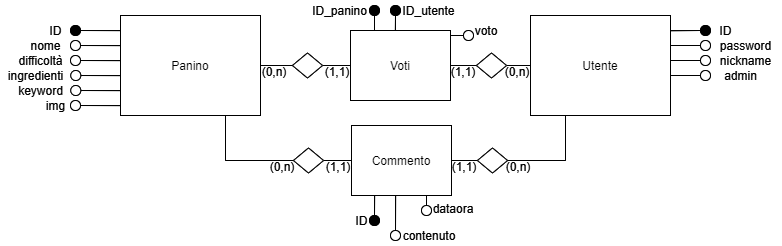
Before: database/DiagrammaER.png, a diagram exported from draw.io (Edivad99/Burger-TecWeb). Source tidied: cells renumbered, new cells last; positions are measured from the earlier drawing's top-left corner, leaving out a move shared by most shapes.
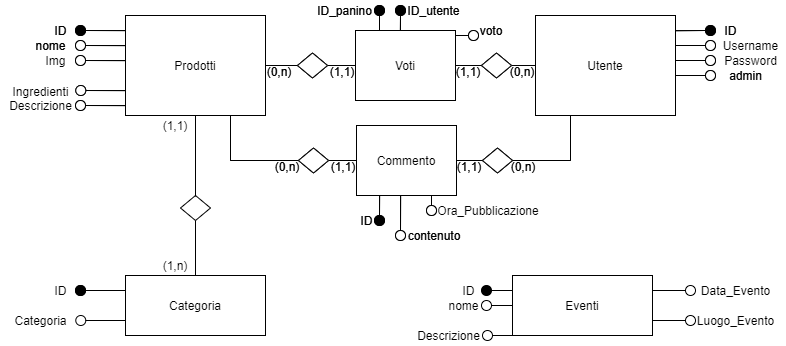
Later version of the same file.

Commit message:
Aggiornato DiagrammaER

What changed in the source:
```diff
@@ -28,30 +28,19 @@
     <mxCell id="9" style="ellipse;whiteSpace=wrap;html=1;fillColor=#FFFFFF;" parent="1" vertex="1">
       <mxGeometry x="70" y="55" width="10" height="10" as="geometry" />
     </mxCell>
-    <mxCell id="10" value="difficoltà" style="text;html=1;align=center;verticalAlign=middle;" parent="1" vertex="1">
-      <mxGeometry x="10.3" y="50" width="60" height="20" as="geometry" />
+    <mxCell id="10" value="Img" style="text;html=1;align=center;verticalAlign=middle;" parent="1" vertex="1">
+      <mxGeometry x="30" y="50" width="40" height="20" as="geometry" />
     </mxCell>
     <mxCell id="11" style="endArrow=none;html=1;entryX=1;entryY=0.5;entryDx=0;entryDy=0;exitX=-0.002;exitY=0.151;exitDx=0;exitDy=0;exitPerimeter=0;" parent="1" edge="1" target="9">
       <mxGeometry relative="1" as="geometry">
         <mxPoint x="119.7" y="60.1" as="sourcePoint" />
       </mxGeometry>
     </mxCell>
-    <mxCell id="12" style="ellipse;whiteSpace=wrap;html=1;fillColor=#FFFFFF;" parent="1" vertex="1">
-      <mxGeometry x="70.3" y="70" width="10" height="10" as="geometry" />
-    </mxCell>
-    <mxCell id="13" value="ingredienti" style="text;html=1;align=center;verticalAlign=middle;" parent="1" vertex="1">
-      <mxGeometry y="65" width="70" height="20" as="geometry" />
-    </mxCell>
-    <mxCell id="14" style="endArrow=none;html=1;entryX=1;entryY=0.5;entryDx=0;entryDy=0;exitX=-0.002;exitY=0.151;exitDx=0;exitDy=0;exitPerimeter=0;" parent="1" edge="1" target="12">
-      <mxGeometry relative="1" as="geometry">
-        <mxPoint x="120" y="75.1" as="sourcePoint" />
-      </mxGeometry>
-    </mxCell>
     <mxCell id="15" style="ellipse;whiteSpace=wrap;html=1;fillColor=#FFFFFF;" parent="1" vertex="1">
       <mxGeometry x="70.3" y="85" width="10" height="10" as="geometry" />
     </mxCell>
-    <mxCell id="16" value="keyword" style="text;html=1;align=center;verticalAlign=middle;" parent="1" vertex="1">
-      <mxGeometry x="10.3" y="80" width="60" height="20" as="geometry" />
+    <mxCell id="16" value="Ingredienti" style="text;html=1;align=center;verticalAlign=middle;" parent="1" vertex="1">
+      <mxGeometry y="81" width="70" height="20" as="geometry" />
     </mxCell>
     <mxCell id="17" style="endArrow=none;html=1;entryX=1;entryY=0.5;entryDx=0;entryDy=0;exitX=-0.002;exitY=0.151;exitDx=0;exitDy=0;exitPerimeter=0;" parent="1" edge="1" target="15">
       <mxGeometry relative="1" as="geometry">
@@ -61,8 +50,8 @@
     <mxCell id="18" style="ellipse;whiteSpace=wrap;html=1;fillColor=#FFFFFF;" parent="1" vertex="1">
       <mxGeometry x="70" y="100" width="10" height="10" as="geometry" />
     </mxCell>
-    <mxCell id="19" value="img" style="text;html=1;align=center;verticalAlign=middle;" parent="1" vertex="1">
-      <mxGeometry x="40" y="95" width="30" height="20" as="geometry" />
+    <mxCell id="19" value="Descrizione" style="text;html=1;align=center;verticalAlign=middle;" parent="1" vertex="1">
+      <mxGeometry x="-5" y="95" width="80" height="20" as="geometry" />
     </mxCell>
     <mxCell id="20" style="endArrow=none;html=1;entryX=1;entryY=0.5;entryDx=0;entryDy=0;exitX=-0.002;exitY=0.151;exitDx=0;exitDy=0;exitPerimeter=0;" parent="1" edge="1" target="18">
       <mxGeometry relative="1" as="geometry">
@@ -84,7 +73,7 @@
     <mxCell id="25" style="ellipse;whiteSpace=wrap;html=1;fillColor=#FFFFFF;" parent="1" vertex="1">
       <mxGeometry x="700" y="40" width="10" height="10" as="geometry" />
     </mxCell>
-    <mxCell id="26" value="password" style="text;html=1;align=center;verticalAlign=middle;" parent="1" vertex="1">
+    <mxCell id="26" value="Username" style="text;html=1;align=center;verticalAlign=middle;" parent="1" vertex="1">
       <mxGeometry x="710" y="35" width="70" height="20" as="geometry" />
     </mxCell>
     <mxCell id="27" style="endArrow=none;html=1;" parent="1" edge="1">
@@ -96,7 +85,7 @@
     <mxCell id="28" style="ellipse;whiteSpace=wrap;html=1;fillColor=#FFFFFF;" parent="1" vertex="1">
       <mxGeometry x="700" y="55" width="10" height="10" as="geometry" />
     </mxCell>
-    <mxCell id="29" value="nickname" style="text;html=1;align=center;verticalAlign=middle;" parent="1" vertex="1">
+    <mxCell id="29" value="Password" style="text;html=1;align=center;verticalAlign=middle;" parent="1" vertex="1">
       <mxGeometry x="710" y="50" width="70" height="20" as="geometry" />
     </mxCell>
     <mxCell id="30" style="endArrow=none;html=1;" parent="1" edge="1">
@@ -250,10 +239,10 @@
     <mxCell id="72" style="ellipse;whiteSpace=wrap;html=1;fillColor=#FFFFFF;" parent="1" vertex="1">
       <mxGeometry x="421" y="205" width="10" height="10" as="geometry" />
     </mxCell>
-    <mxCell id="73" value="dataora" style="text;html=1;strokeColor=none;fillColor=none;align=center;verticalAlign=middle;whiteSpace=wrap;rounded=0;" parent="1" vertex="1">
-      <mxGeometry x="433" y="198" width="40" height="20" as="geometry" />
+    <mxCell id="73" value="Ora_Pubblicazione" style="text;html=1;strokeColor=none;fillColor=none;align=center;verticalAlign=middle;whiteSpace=wrap;rounded=0;" parent="1" vertex="1">
+      <mxGeometry x="463" y="200" width="40" height="20" as="geometry" />
     </mxCell>
-    <mxCell id="74" value="Panino" style="rounded=0;whiteSpace=wrap;html=1;" parent="1" vertex="1">
+    <mxCell id="74" value="Prodotti" style="rounded=0;whiteSpace=wrap;html=1;" parent="1" vertex="1">
       <mxGeometry x="120" y="15" width="140" height="100" as="geometry" />
     </mxCell>
     <mxCell id="75" style="ellipse;whiteSpace=wrap;html=1;fillColor=#000000;" parent="1" vertex="1">
@@ -279,31 +268,14 @@
     <mxCell id="81" style="ellipse;whiteSpace=wrap;html=1;fillColor=#FFFFFF;" parent="1" vertex="1">
       <mxGeometry x="70" y="55" width="10" height="10" as="geometry" />
     </mxCell>
-    <mxCell id="82" value="difficoltà" style="text;html=1;align=center;verticalAlign=middle;" parent="1" vertex="1">
-      <mxGeometry x="10.3" y="50" width="60" height="20" as="geometry" />
-    </mxCell>
     <mxCell id="83" style="endArrow=none;html=1;entryX=1;entryY=0.5;entryDx=0;entryDy=0;exitX=-0.002;exitY=0.151;exitDx=0;exitDy=0;exitPerimeter=0;" parent="1" edge="1" target="81">
       <mxGeometry relative="1" as="geometry">
         <mxPoint x="119.7" y="60.1" as="sourcePoint" />
       </mxGeometry>
     </mxCell>
-    <mxCell id="84" style="ellipse;whiteSpace=wrap;html=1;fillColor=#FFFFFF;" parent="1" vertex="1">
-      <mxGeometry x="70.3" y="70" width="10" height="10" as="geometry" />
-    </mxCell>
-    <mxCell id="85" value="ingredienti" style="text;html=1;align=center;verticalAlign=middle;" parent="1" vertex="1">
-      <mxGeometry y="65" width="70" height="20" as="geometry" />
-    </mxCell>
-    <mxCell id="86" style="endArrow=none;html=1;entryX=1;entryY=0.5;entryDx=0;entryDy=0;exitX=-0.002;exitY=0.151;exitDx=0;exitDy=0;exitPerimeter=0;" parent="1" edge="1" target="84">
-      <mxGeometry relative="1" as="geometry">
-        <mxPoint x="120" y="75.1" as="sourcePoint" />
-      </mxGeometry>
-    </mxCell>
     <mxCell id="87" style="ellipse;whiteSpace=wrap;html=1;fillColor=#FFFFFF;" parent="1" vertex="1">
       <mxGeometry x="70.3" y="85" width="10" height="10" as="geometry" />
     </mxCell>
-    <mxCell id="88" value="keyword" style="text;html=1;align=center;verticalAlign=middle;" parent="1" vertex="1">
-      <mxGeometry x="10.3" y="80" width="60" height="20" as="geometry" />
-    </mxCell>
     <mxCell id="89" style="endArrow=none;html=1;entryX=1;entryY=0.5;entryDx=0;entryDy=0;exitX=-0.002;exitY=0.151;exitDx=0;exitDy=0;exitPerimeter=0;" parent="1" edge="1" target="87">
       <mxGeometry relative="1" as="geometry">
         <mxPoint x="120" y="90.1" as="sourcePoint" />
@@ -312,9 +284,6 @@
     <mxCell id="90" style="ellipse;whiteSpace=wrap;html=1;fillColor=#FFFFFF;" parent="1" vertex="1">
       <mxGeometry x="70" y="100" width="10" height="10" as="geometry" />
     </mxCell>
-    <mxCell id="91" value="img" style="text;html=1;align=center;verticalAlign=middle;" parent="1" vertex="1">
-      <mxGeometry x="40" y="95" width="30" height="20" as="geometry" />
-    </mxCell>
     <mxCell id="92" style="endArrow=none;html=1;entryX=1;entryY=0.5;entryDx=0;entryDy=0;exitX=-0.002;exitY=0.151;exitDx=0;exitDy=0;exitPerimeter=0;" parent="1" edge="1" target="90">
       <mxGeometry relative="1" as="geometry">
         <mxPoint x="119.7" y="105.1" as="sourcePoint" />
@@ -335,9 +304,6 @@
     <mxCell id="97" style="ellipse;whiteSpace=wrap;html=1;fillColor=#FFFFFF;" parent="1" vertex="1">
       <mxGeometry x="700" y="40" width="10" height="10" as="geometry" />
     </mxCell>
-    <mxCell id="98" value="password" style="text;html=1;align=center;verticalAlign=middle;" parent="1" vertex="1">
-      <mxGeometry x="710" y="35" width="70" height="20" as="geometry" />
-    </mxCell>
     <mxCell id="99" style="endArrow=none;html=1;" parent="1" edge="1">
       <mxGeometry relative="1" as="geometry">
         <mxPoint x="670" y="45" as="sourcePoint" />
@@ -347,9 +313,6 @@
     <mxCell id="100" style="ellipse;whiteSpace=wrap;html=1;fillColor=#FFFFFF;" parent="1" vertex="1">
       <mxGeometry x="700" y="55" width="10" height="10" as="geometry" />
     </mxCell>
-    <mxCell id="101" value="nickname" style="text;html=1;align=center;verticalAlign=middle;" parent="1" vertex="1">
-      <mxGeometry x="710" y="50" width="70" height="20" as="geometry" />
-    </mxCell>
     <mxCell id="102" style="endArrow=none;html=1;" parent="1" edge="1">
       <mxGeometry relative="1" as="geometry">
         <mxPoint x="670" y="60" as="sourcePoint" />
@@ -501,8 +464,103 @@
     <mxCell id="144" style="ellipse;whiteSpace=wrap;html=1;fillColor=#FFFFFF;" parent="1" vertex="1">
       <mxGeometry x="421" y="205" width="10" height="10" as="geometry" />
     </mxCell>
-    <mxCell id="145" value="dataora" style="text;html=1;strokeColor=none;fillColor=none;align=center;verticalAlign=middle;whiteSpace=wrap;rounded=0;" parent="1" vertex="1">
-      <mxGeometry x="433" y="198" width="40" height="20" as="geometry" />
-    </mxCell>
+    <mxCell id="146" value="Categoria" style="rounded=0;whiteSpace=wrap;html=1;" parent="1" vertex="1">
+      <mxGeometry x="120" y="275" width="140" height="60" as="geometry" />
+    </mxCell>
+    <mxCell id="147" style="ellipse;whiteSpace=wrap;html=1;fillColor=#000000;" parent="1" vertex="1">
+      <mxGeometry x="70" y="285" width="10" height="10" as="geometry" />
+    </mxCell>
+    <mxCell id="148" style="ellipse;whiteSpace=wrap;html=1;fillColor=#000000;" parent="1" vertex="1">
+      <mxGeometry x="70" y="285" width="10" height="10" as="geometry" />
+    </mxCell>
+    <mxCell id="149" style="endArrow=none;html=1;entryX=0;entryY=0.25;entryDx=0;entryDy=0;exitX=1;exitY=0.5;exitDx=0;exitDy=0;" parent="1" edge="1" source="148" target="146">
+      <mxGeometry relative="1" as="geometry" />
+    </mxCell>
+    <mxCell id="150" value="ID" style="text;html=1;strokeColor=none;fillColor=none;align=center;verticalAlign=middle;whiteSpace=wrap;rounded=0;" parent="1" vertex="1">
+      <mxGeometry x="47.6" y="280" width="14.7" height="20" as="geometry" />
+    </mxCell>
+    <mxCell id="151" style="endArrow=none;html=1;entryX=0;entryY=0.75;entryDx=0;entryDy=0;" parent="1" edge="1" target="146">
+      <mxGeometry relative="1" as="geometry">
+        <mxPoint x="80" y="320" as="sourcePoint" />
+      </mxGeometry>
+    </mxCell>
+    <mxCell id="152" style="ellipse;whiteSpace=wrap;html=1;fillColor=none;" parent="1" vertex="1">
+      <mxGeometry x="70.3" y="315" width="10" height="10" as="geometry" />
+    </mxCell>
+    <mxCell id="153" value="Categoria" style="text;html=1;align=center;verticalAlign=middle;" parent="1" vertex="1">
+      <mxGeometry x="0.3" y="310" width="70" height="20" as="geometry" />
+    </mxCell>
+    <mxCell id="154" style="rhombus;whiteSpace=wrap;html=1;fillColor=#FFFFFF;" parent="1" vertex="1">
+      <mxGeometry x="175" y="195" width="30" height="25" as="geometry" />
+    </mxCell>
+    <mxCell id="155" style="endArrow=none;html=1;" parent="1" edge="1" target="74">
+      <mxGeometry relative="1" as="geometry">
+        <mxPoint x="190" y="196" as="sourcePoint" />
+      </mxGeometry>
+    </mxCell>
+    <mxCell id="156" style="endArrow=none;html=1;exitX=0.5;exitY=0;exitDx=0;exitDy=0;entryX=0.5;entryY=1;entryDx=0;entryDy=0;" parent="1" edge="1" source="146" target="154">
+      <mxGeometry relative="1" as="geometry" />
+    </mxCell>
+    <mxCell id="157" value="(1,1)" style="text;html=1;strokeColor=none;fillColor=none;align=center;verticalAlign=middle;whiteSpace=wrap;rounded=0;" parent="1" vertex="1">
+      <mxGeometry x="150" y="115" width="40" height="20" as="geometry" />
+    </mxCell>
+    <mxCell id="158" value="(1,n)" style="text;html=1;strokeColor=none;fillColor=none;align=center;verticalAlign=middle;whiteSpace=wrap;rounded=0;" parent="1" vertex="1">
+      <mxGeometry x="150" y="255" width="40" height="20" as="geometry" />
+    </mxCell>
+    <mxCell id="159" value="Eventi" style="rounded=0;whiteSpace=wrap;html=1;" parent="1" vertex="1">
+      <mxGeometry x="507" y="275" width="140" height="60" as="geometry" />
+    </mxCell>
+    <mxCell id="160" style="endArrow=none;html=1;entryX=0;entryY=0.25;entryDx=0;entryDy=0;" parent="1" edge="1" source="161" target="159">
+      <mxGeometry relative="1" as="geometry" />
+    </mxCell>
+    <mxCell id="161" style="ellipse;whiteSpace=wrap;html=1;fillColor=#000000;" parent="1" vertex="1">
+      <mxGeometry x="476" y="285" width="10" height="10" as="geometry" />
+    </mxCell>
+    <mxCell id="162" style="endArrow=none;html=1;entryX=0;entryY=0.25;entryDx=0;entryDy=0;" parent="1" edge="1" target="161">
+      <mxGeometry relative="1" as="geometry">
+        <mxPoint x="480" y="290" as="sourcePoint" />
+      </mxGeometry>
+    </mxCell>
+    <mxCell id="163" value="ID" style="text;html=1;strokeColor=none;fillColor=none;align=center;verticalAlign=middle;whiteSpace=wrap;rounded=0;" parent="1" vertex="1">
+      <mxGeometry x="455.6" y="280" width="14.7" height="20" as="geometry" />
+    </mxCell>
+    <mxCell id="164" style="endArrow=none;html=1;entryX=0;entryY=0.5;entryDx=0;entryDy=0;exitX=1;exitY=0.5;exitDx=0;exitDy=0;" parent="1" edge="1" source="165" target="159">
+      <mxGeometry relative="1" as="geometry" />
+    </mxCell>
+    <mxCell id="165" style="ellipse;whiteSpace=wrap;html=1;fillColor=none;" parent="1" vertex="1">
+      <mxGeometry x="476" y="300" width="10" height="10" as="geometry" />
+    </mxCell>
+    <mxCell id="166" value="nome" style="text;html=1;align=center;verticalAlign=middle;" parent="1" vertex="1">
+      <mxGeometry x="433" y="295" width="50" height="20" as="geometry" />
+    </mxCell>
+    <mxCell id="167" style="endArrow=none;html=1;exitX=1;exitY=0.5;exitDx=0;exitDy=0;entryX=0;entryY=1;entryDx=0;entryDy=0;" parent="1" edge="1" source="168" target="159">
+      <mxGeometry relative="1" as="geometry" />
+    </mxCell>
+    <mxCell id="168" style="ellipse;whiteSpace=wrap;html=1;fillColor=#FFFFFF;" parent="1" vertex="1">
+      <mxGeometry x="477" y="330" width="10" height="10" as="geometry" />
+    </mxCell>
+    <mxCell id="169" value="Descrizione" style="text;html=1;align=center;verticalAlign=middle;" parent="1" vertex="1">
+      <mxGeometry x="403" y="325" width="80" height="20" as="geometry" />
+    </mxCell>
+    <mxCell id="170" style="endArrow=none;html=1;exitX=1;exitY=0.25;exitDx=0;exitDy=0;entryX=0;entryY=0.5;entryDx=0;entryDy=0;" parent="1" edge="1" source="159" target="171">
+      <mxGeometry relative="1" as="geometry" />
+    </mxCell>
+    <mxCell id="171" style="ellipse;whiteSpace=wrap;html=1;fillColor=#FFFFFF;" parent="1" vertex="1">
+      <mxGeometry x="680" y="285" width="10" height="10" as="geometry" />
+    </mxCell>
+    <mxCell id="172" value="Data_Evento" style="text;html=1;align=center;verticalAlign=middle;" parent="1" vertex="1">
+      <mxGeometry x="685" y="280" width="90" height="20" as="geometry" />
+    </mxCell>
+    <mxCell id="173" style="endArrow=none;html=1;exitX=1;exitY=0.75;exitDx=0;exitDy=0;" parent="1" edge="1" source="159">
+      <mxGeometry relative="1" as="geometry">
+        <mxPoint x="680" y="320" as="targetPoint" />
+      </mxGeometry>
+    </mxCell>
+    <mxCell id="174" style="ellipse;whiteSpace=wrap;html=1;fillColor=#FFFFFF;" parent="1" vertex="1">
+      <mxGeometry x="680" y="315" width="10" height="10" as="geometry" />
+    </mxCell>
+    <mxCell id="175" value="Luogo_Evento" style="text;html=1;align=center;verticalAlign=middle;" parent="1" vertex="1">
+      <mxGeometry x="685" y="310" width="90" height="20" as="geometry" />
+    </mxCell>
   </root>
 </mxGraphModel>
```
